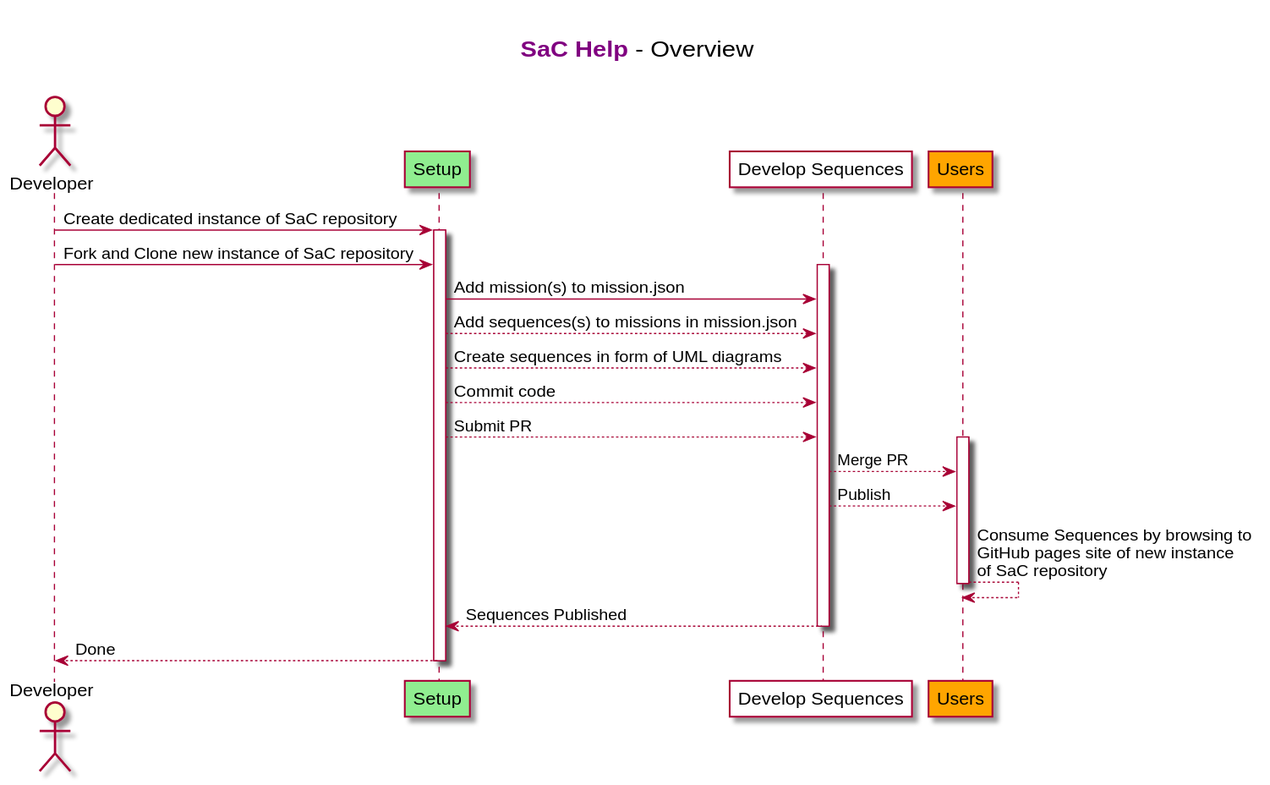
The PlantUML diagram images/sachelp.overview.svg in dxc-technology/Sequences-as-Code, before a commit.
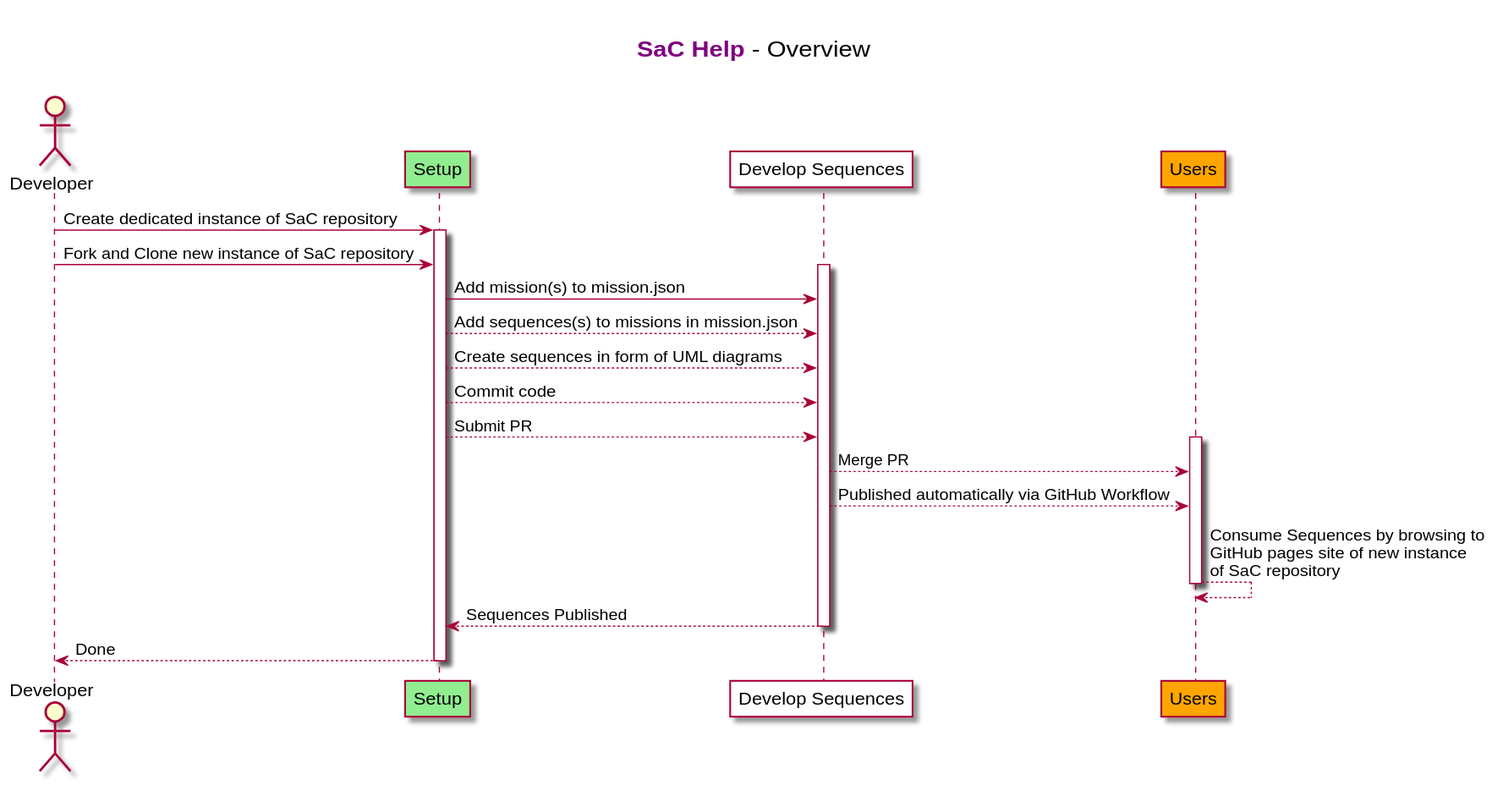
Above is the later version.

Diff of the diagram source:
```diff
@@ -25,7 +25,7 @@
 activate C
 
 B--> C: Merge PR
-B--> C: Publish
+B--> C: Published automatically via GitHub Workflow
 
 C--> C: Consume Sequences by browsing to \nGitHub pages site of new instance \nof SaC repository
 deactivate C
```
